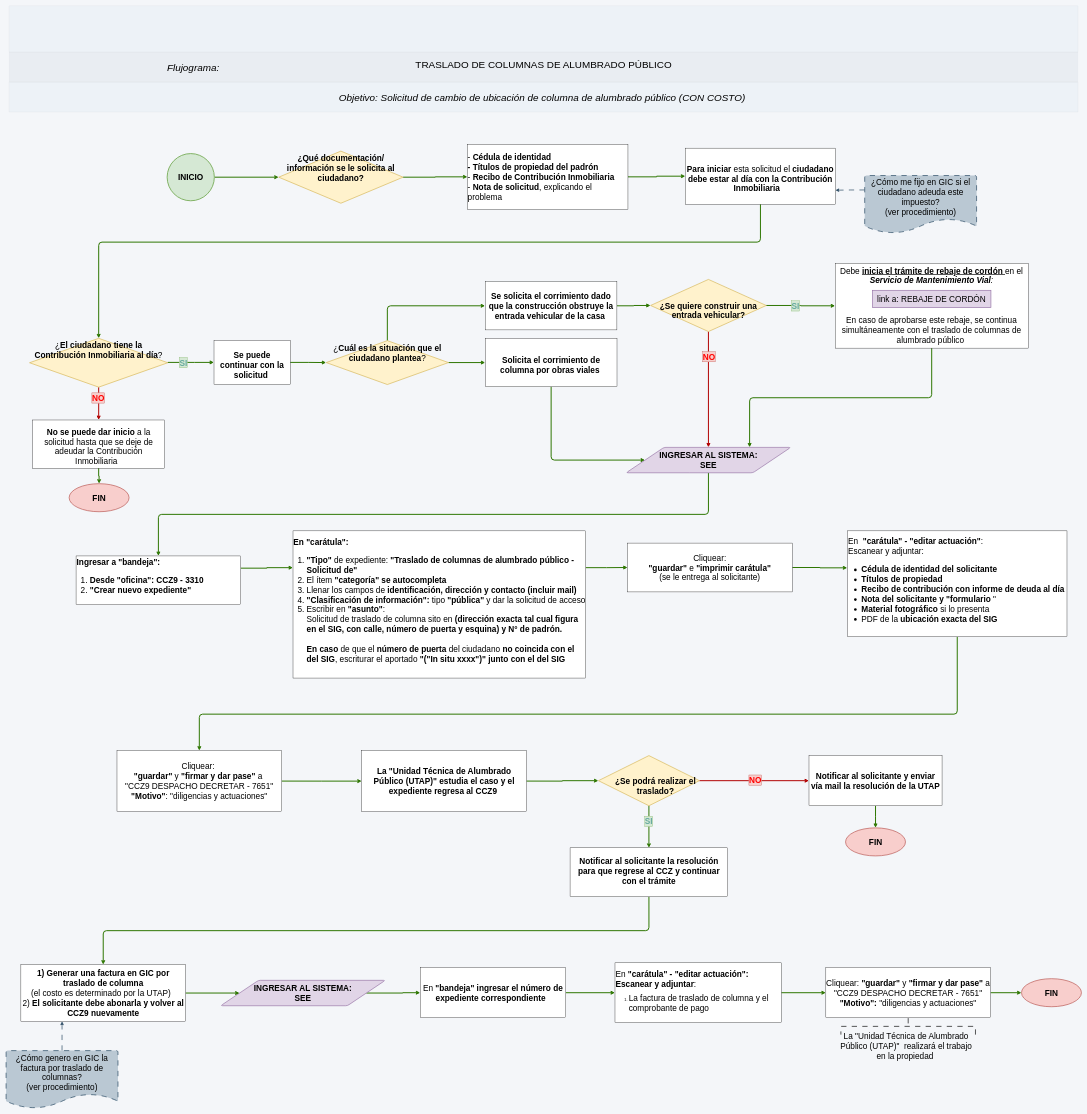
Before: page "Traslado de columnas" (1 of 4) of Traslado_de_columnas/Traslado de columnas.drawio in adlc20/Manual_de_procedimientos_ccz9, a draw.io diagram. Source tidied: cells renumbered, new cells numbered last; positions are measured from the earlier drawing's top-left corner, leaving out a move shared by most shapes. Both pictures are drawn from the tidied source at 33%, with x=0, y=0 at pixel (6, 6).
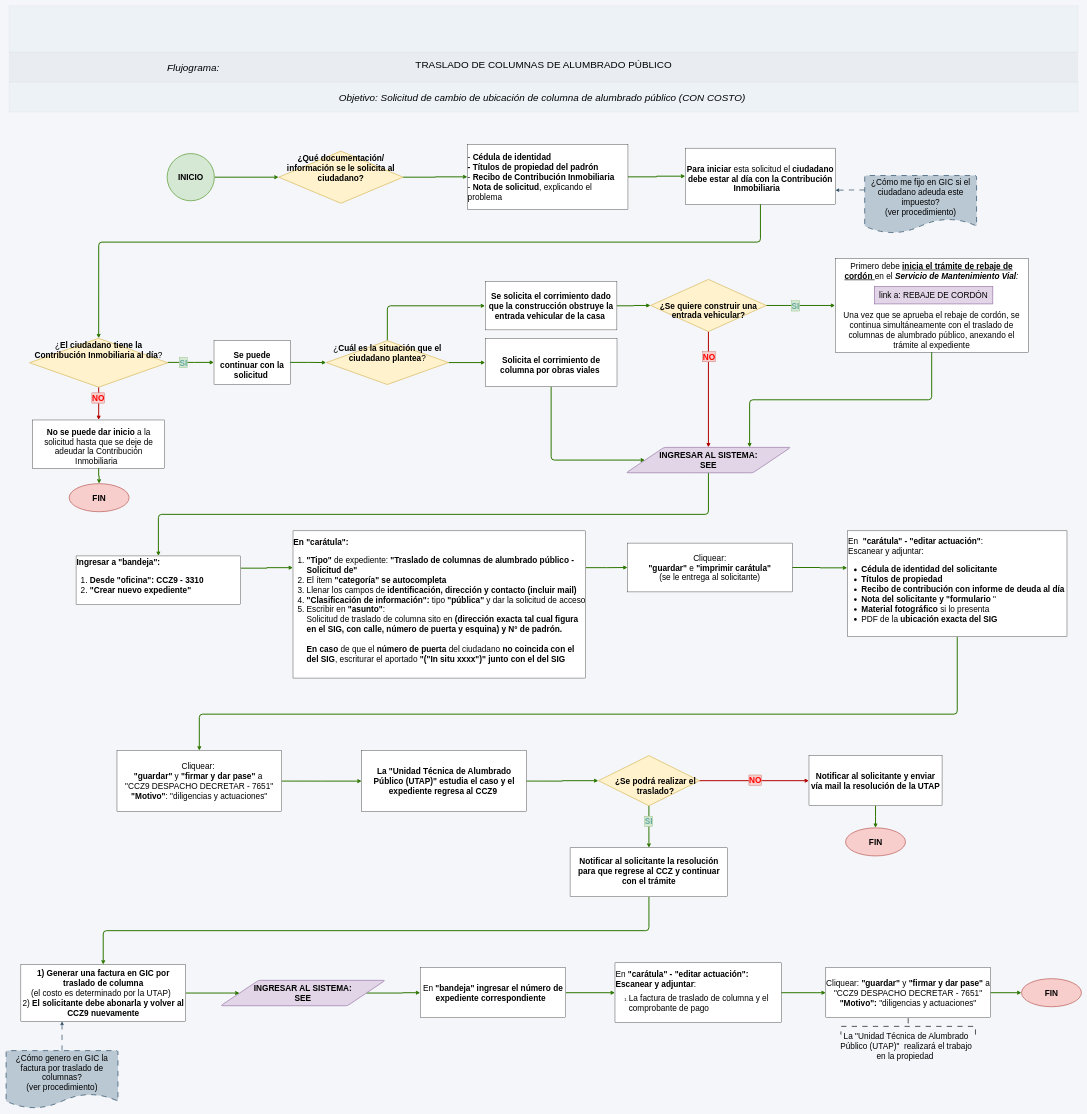
Above is the later version.

The edit, as a diff of the source:
```diff
@@
-    <mxCell id="15" value="&lt;div style=&quot;&quot;&gt;&lt;span style=&quot;font-size: 25px;&quot;&gt;Debe&amp;nbsp;&lt;b style=&quot;text-decoration-line: underline;&quot;&gt;inicia el trámite de rebaje de cordón &lt;/b&gt;en el&lt;b&gt; &lt;/b&gt;&lt;i style=&quot;&quot;&gt;&lt;b&gt;Servicio de Mantenimiento Vial&lt;/b&gt;:&lt;/i&gt;&lt;/span&gt;&lt;/div&gt;&lt;div style=&quot;&quot;&gt;&lt;span style=&quot;font-size: 25px;&quot;&gt;&lt;i style=&quot;&quot;&gt;&lt;br&gt;&lt;/i&gt;&lt;/span&gt;&lt;/div&gt;&lt;div style=&quot;&quot;&gt;&lt;span style=&quot;font-size: 25px;&quot;&gt;&lt;i style=&quot;&quot;&gt;&lt;br&gt;&lt;/i&gt;&lt;/span&gt;&lt;/div&gt;&lt;div style=&quot;&quot;&gt;&lt;i style=&quot;font-size: 25px; background-color: transparent; color: light-dark(rgb(0, 0, 0), rgb(255, 255, 255));&quot;&gt;&lt;br&gt;&lt;/i&gt;&lt;/div&gt;&lt;div style=&quot;&quot;&gt;&lt;span style=&quot;font-size: 25px; background-color: transparent; color: light-dark(rgb(0, 0, 0), rgb(255, 255, 255));&quot;&gt;En caso de aprobarse este rebaje, se continua simultáneamente con el traslado de columnas de alumbrado público&amp;nbsp;&lt;/span&gt;&lt;/div&gt;" style="rounded=0;whiteSpace=wrap;html=1;align=center;verticalAlign=top;" parent="1" vertex="1">
-      <mxGeometry x="2512.4" y="781" width="584.8" height="256.4" as="geometry" />
+    <mxCell id="15" value="&lt;div style=&quot;&quot;&gt;&lt;span style=&quot;font-size: 25px;&quot;&gt;Primero debe&amp;nbsp;&lt;b style=&quot;text-decoration-line: underline;&quot;&gt;inicia el trámite de rebaje de cordón &lt;/b&gt;en el&lt;b&gt; &lt;/b&gt;&lt;i style=&quot;&quot;&gt;&lt;b&gt;Servicio de Mantenimiento Vial&lt;/b&gt;:&lt;/i&gt;&lt;/span&gt;&lt;/div&gt;&lt;div style=&quot;&quot;&gt;&lt;span style=&quot;font-size: 25px;&quot;&gt;&lt;i style=&quot;&quot;&gt;&lt;br&gt;&lt;/i&gt;&lt;/span&gt;&lt;/div&gt;&lt;div style=&quot;&quot;&gt;&lt;span style=&quot;font-size: 25px;&quot;&gt;&lt;i style=&quot;&quot;&gt;&lt;br&gt;&lt;/i&gt;&lt;/span&gt;&lt;/div&gt;&lt;div style=&quot;&quot;&gt;&lt;i style=&quot;font-size: 25px; background-color: transparent; color: light-dark(rgb(0, 0, 0), rgb(255, 255, 255));&quot;&gt;&lt;br&gt;&lt;/i&gt;&lt;/div&gt;&lt;div style=&quot;&quot;&gt;&lt;span style=&quot;font-size: 25px; background-color: transparent; color: light-dark(rgb(0, 0, 0), rgb(255, 255, 255));&quot;&gt;Una vez que se aprueba el rebaje de cordón, se continua simultáneamente con el traslado de columnas de alumbrado público, anexando el trámite al expediente&lt;/span&gt;&lt;/div&gt;" style="rounded=0;whiteSpace=wrap;html=1;align=center;verticalAlign=top;" parent="1" vertex="1">
+      <mxGeometry x="2512.4" y="766.7" width="584.8" height="283" as="geometry" />
     </mxCell>
@@
     <mxCell id="81" value="&lt;font style=&quot;font-size: 25px;&quot;&gt;link a: REBAJE DE CORDÓN&lt;/font&gt;" style="text;html=1;whiteSpace=wrap;strokeColor=#9673a6;fillColor=#e1d5e7;align=center;verticalAlign=middle;rounded=0;strokeWidth=2;" parent="1" vertex="1">
-      <mxGeometry x="2625.3" y="862.2" width="359" height="52.5" as="geometry" />
+      <mxGeometry x="2631" y="851" width="359" height="52.5" as="geometry" />
     </mxCell>
```
